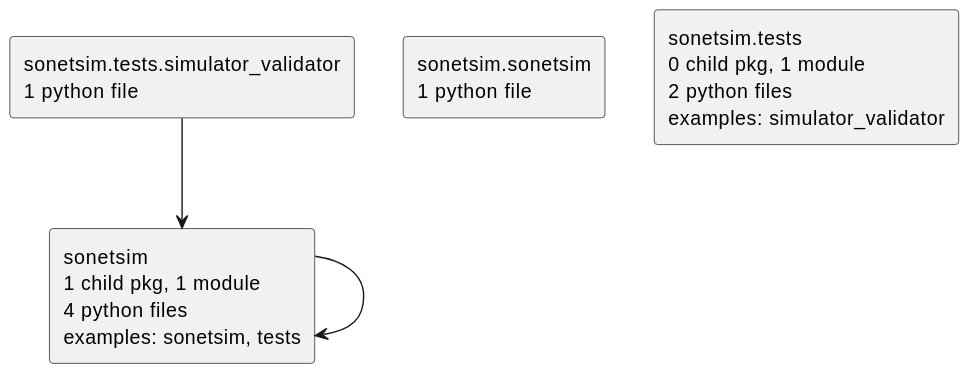
The PlantUML diagram docs/diagrams/python-packages.puml.svg in casonk/sonetsim, before a commit.
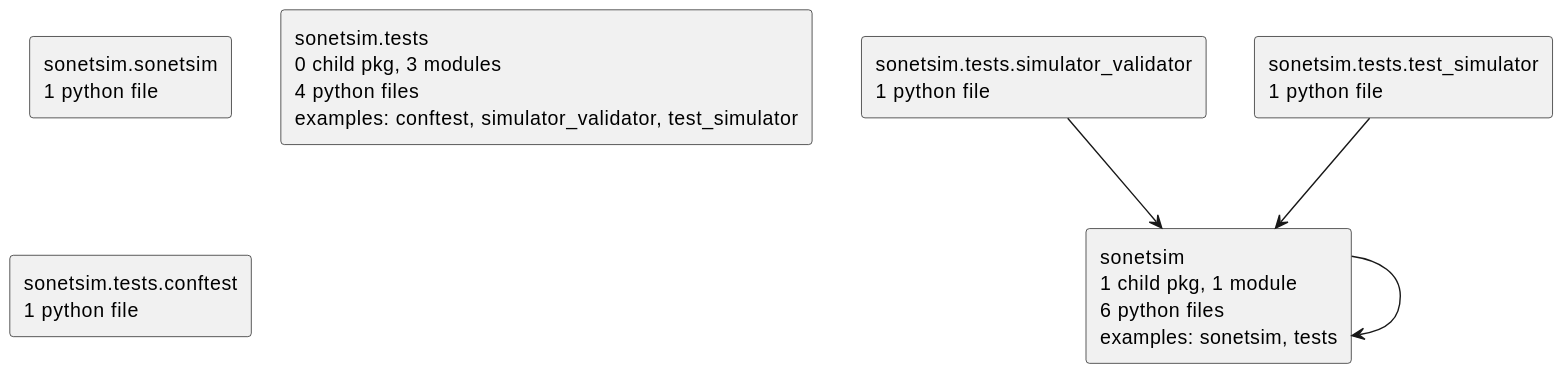
After the commit.

Change to the diagram source:
```diff
@@ -2,10 +2,13 @@
 set namespaceSeparator none
 top to bottom direction
 skinparam componentStyle rectangle
-rectangle "sonetsim\n1 child pkg, 1 module\n4 python files\nexamples: sonetsim, tests" as sonetsim
+rectangle "sonetsim\n1 child pkg, 1 module\n6 python files\nexamples: sonetsim, tests" as sonetsim
 rectangle "sonetsim.sonetsim\n1 python file" as sonetsim.sonetsim
-rectangle "sonetsim.tests\n0 child pkg, 1 module\n2 python files\nexamples: simulator_validator" as sonetsim.tests
+rectangle "sonetsim.tests\n0 child pkg, 3 modules\n4 python files\nexamples: conftest, simulator_validator, test_simulator" as sonetsim.tests
+rectangle "sonetsim.tests.conftest\n1 python file" as sonetsim.tests.conftest
 rectangle "sonetsim.tests.simulator_validator\n1 python file" as sonetsim.tests.simulator_validator
+rectangle "sonetsim.tests.test_simulator\n1 python file" as sonetsim.tests.test_simulator
 sonetsim --> sonetsim
 sonetsim.tests.simulator_validator --> sonetsim
+sonetsim.tests.test_simulator --> sonetsim
 @enduml
```
